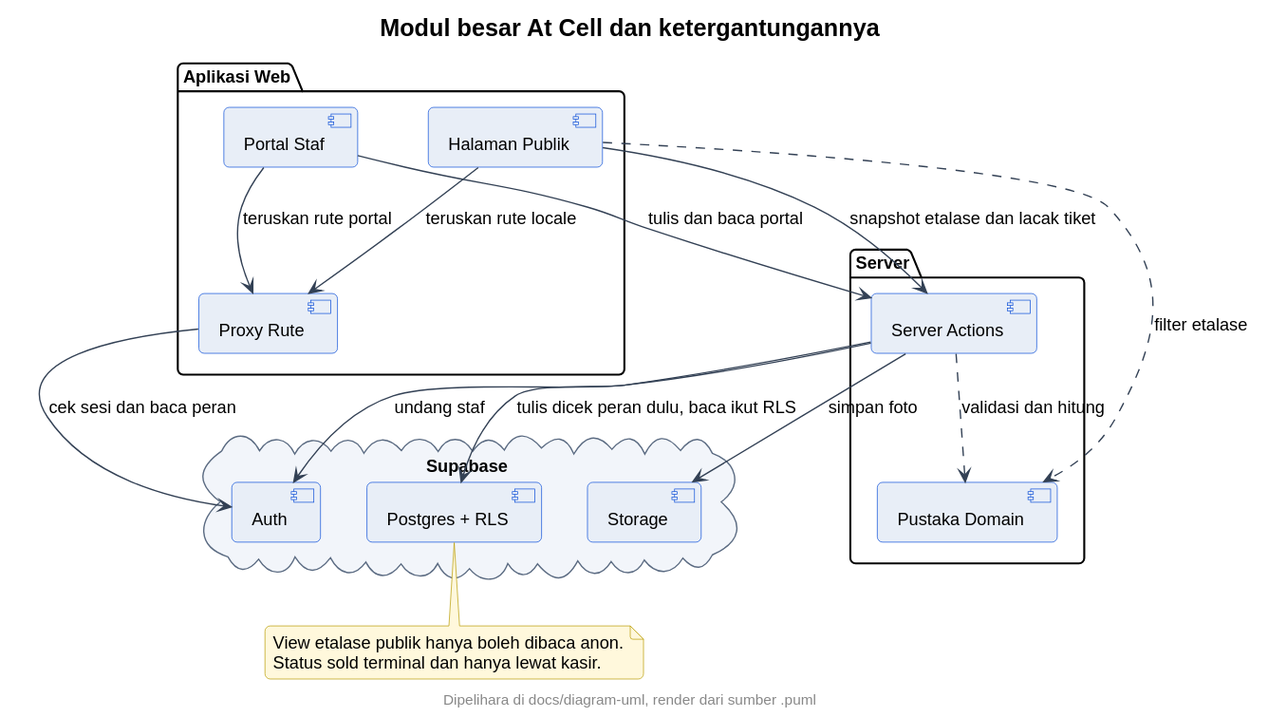
This is docs/diagram-uml/bersama/component-arsitektur.svg from neiaki/KP, a PlantUML export, as it was before one commit. The source it was exported from:
```plantuml
@startuml
skinparam backgroundColor #FFFFFF
skinparam shadowing false
skinparam roundcorner 8
skinparam defaultFontName sans-serif
skinparam defaultFontSize 13
skinparam titleFontSize 18
skinparam titleFontStyle bold
skinparam headerFontSize 11
skinparam footerFontSize 11
skinparam noteBackgroundColor #FFF8DC
skinparam noteBorderColor #B89B00
skinparam actorBackgroundColor #E8EEF7
skinparam actorBorderColor #0B4ED8
skinparam participantBackgroundColor #E8EEF7
skinparam participantBorderColor #0B4ED8
skinparam usecaseBackgroundColor #E8EEF7
skinparam usecaseBorderColor #0B4ED8
skinparam classBackgroundColor #E8EEF7
skinparam classBorderColor #0B4ED8
skinparam objectBackgroundColor #EEF3FA
skinparam objectBorderColor #0B4ED8
skinparam activityBackgroundColor #E8EEF7
skinparam activityBorderColor #0B4ED8
skinparam activityDiamondBackgroundColor #FFFFFF
skinparam activityDiamondBorderColor #0B4ED8
skinparam stateBackgroundColor #E8EEF7
skinparam stateBorderColor #0B4ED8
skinparam stateStartColor #0B4ED8
skinparam stateEndColor #0B4ED8
skinparam componentBackgroundColor #E8EEF7
skinparam componentBorderColor #0B4ED8
skinparam cloudBackgroundColor #F2F5FA
skinparam cloudBorderColor #5B6B82
skinparam databaseBackgroundColor #E8EEF7
skinparam databaseBorderColor #0B4ED8
skinparam entityBackgroundColor #E8EEF7
skinparam entityBorderColor #0B4ED8
skinparam sequenceArrowColor #334155
skinparam sequenceLifeLineBorderColor #0B4ED8
skinparam sequenceParticipantBorderColor #0B4ED8
footer Dipelihara di docs/diagram-uml, render dari sumber .puml
title Modul besar At Cell dan ketergantungannya
package "Aplikasi Web" {
  [Halaman Publik] as Publik
  [Portal Staf] as Portal
  [Proxy Rute] as Proxy
}
package "Server" {
  [Server Actions] as Aksi
  [Pustaka Domain] as Pustaka
}
cloud "Supabase" {
  [Auth] as Auth
  [Postgres + RLS] as DB
  [Storage] as ST
}
Publik --> Proxy : teruskan rute locale
Portal --> Proxy : teruskan rute portal
Proxy --> Auth : cek sesi dan baca peran
Publik --> Aksi : snapshot etalase dan lacak tiket
Portal --> Aksi : tulis dan baca portal
Aksi --> DB : tulis dicek peran dulu, baca ikut RLS
Aksi --> ST : simpan foto
Aksi --> Auth : undang staf
Aksi ..> Pustaka : validasi dan hitung
Publik ..> Pustaka : filter etalase
note bottom of DB
  View etalase publik hanya boleh dibaca anon.
  Status sold terminal dan hanya lewat kasir.
end note
@enduml
```
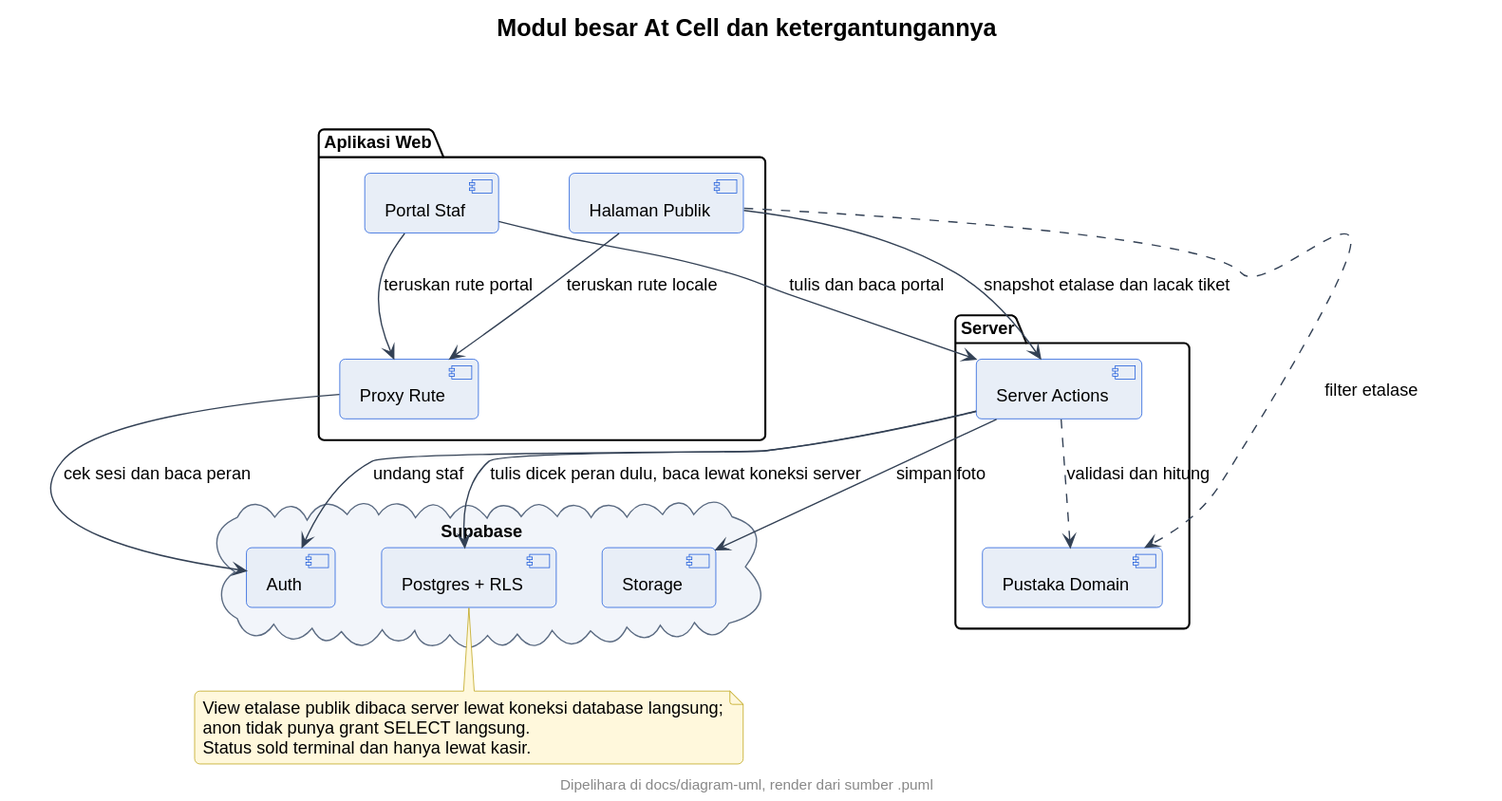
Later version of the same file.

The edit, as a diff of the source:
```diff
@@ -60,13 +60,14 @@
 Proxy --> Auth : cek sesi dan baca peran
 Publik --> Aksi : snapshot etalase dan lacak tiket
 Portal --> Aksi : tulis dan baca portal
-Aksi --> DB : tulis dicek peran dulu, baca ikut RLS
+Aksi --> DB : tulis dicek peran dulu, baca lewat koneksi server
 Aksi --> ST : simpan foto
 Aksi --> Auth : undang staf
 Aksi ..> Pustaka : validasi dan hitung
 Publik ..> Pustaka : filter etalase
 note bottom of DB
-  View etalase publik hanya boleh dibaca anon.
+  View etalase publik dibaca server lewat koneksi database langsung;
+  anon tidak punya grant SELECT langsung.
   Status sold terminal dan hanya lewat kasir.
 end note
 @enduml
```
